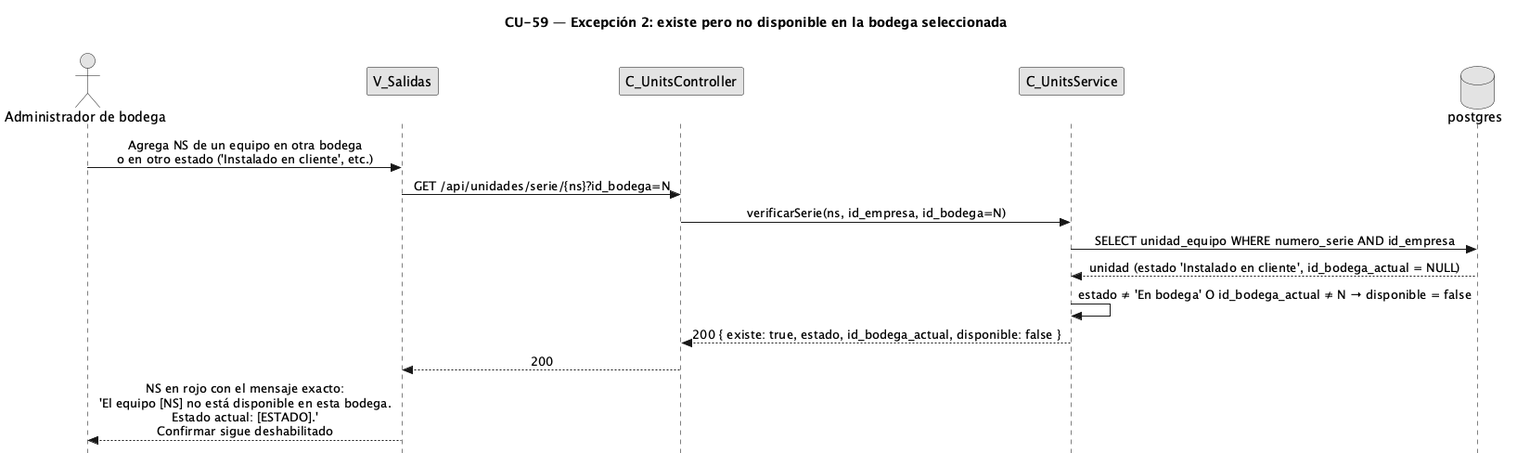
FSM-Finet-y-Cable-Magico/Team_1-Inventario-y-Bodega keeps this PlantUML diagram as diagramas/diagramas-secuencia/CU59/CU59-exc-otra-bodega-o-estado.png. Above is the earlier version.
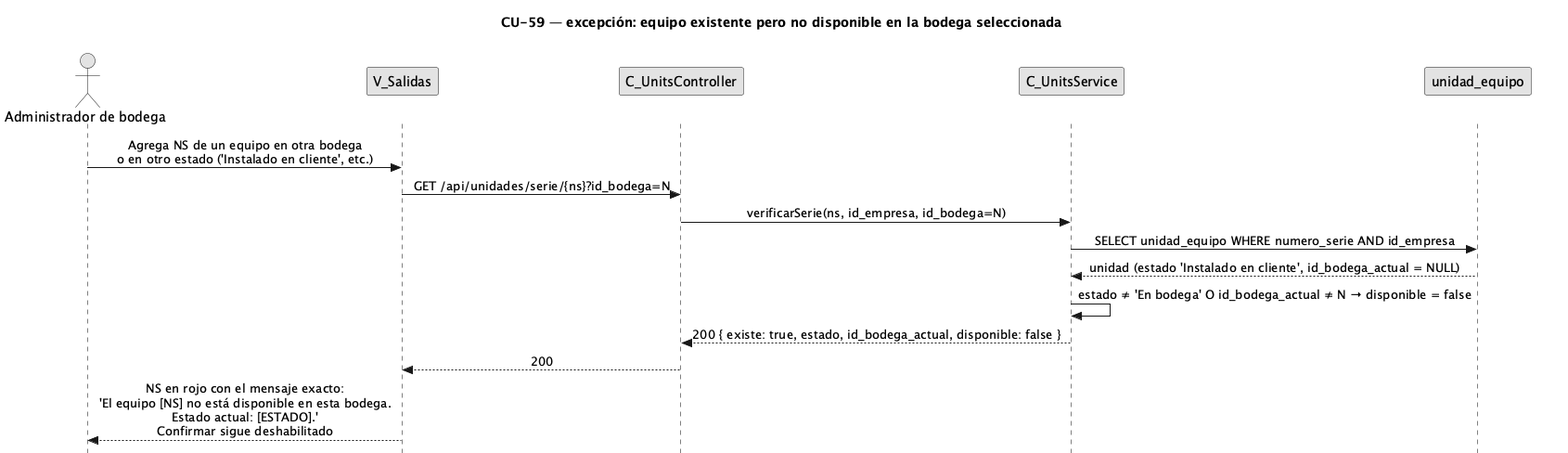
After the change.

Change to the diagram source:
```diff
@@ -1,5 +1,5 @@
 @startuml CU59-exc-otra-bodega-o-estado
-title CU-59 — Excepción 2: existe pero no disponible en la bodega seleccionada
+title CU-59 — excepción: equipo existente pero no disponible en la bodega seleccionada
 skinparam style strictuml
 skinparam monochrome true
 skinparam shadowing false
@@ -15,13 +15,13 @@
 participant "V_Salidas" as view
 participant "C_UnitsController" as uctrl
 participant "C_UnitsService" as usvc
-database "postgres" as db
+participant "unidad_equipo" as uent
 
 user -> view : Agrega NS de un equipo en otra bodega\no en otro estado ('Instalado en cliente', etc.)
 view -> uctrl : GET /api/unidades/serie/{ns}?id_bodega=N
 uctrl -> usvc : verificarSerie(ns, id_empresa, id_bodega=N)
-usvc -> db : SELECT unidad_equipo WHERE numero_serie AND id_empresa
-db --> usvc : unidad (estado 'Instalado en cliente', id_bodega_actual = NULL)
+usvc -> uent : SELECT unidad_equipo WHERE numero_serie AND id_empresa
+uent --> usvc : unidad (estado 'Instalado en cliente', id_bodega_actual = NULL)
 usvc -> usvc : estado ≠ 'En bodega' O id_bodega_actual ≠ N → disponible = false
 usvc --> uctrl : 200 { existe: true, estado, id_bodega_actual, disponible: false }
 uctrl --> view : 200
```
